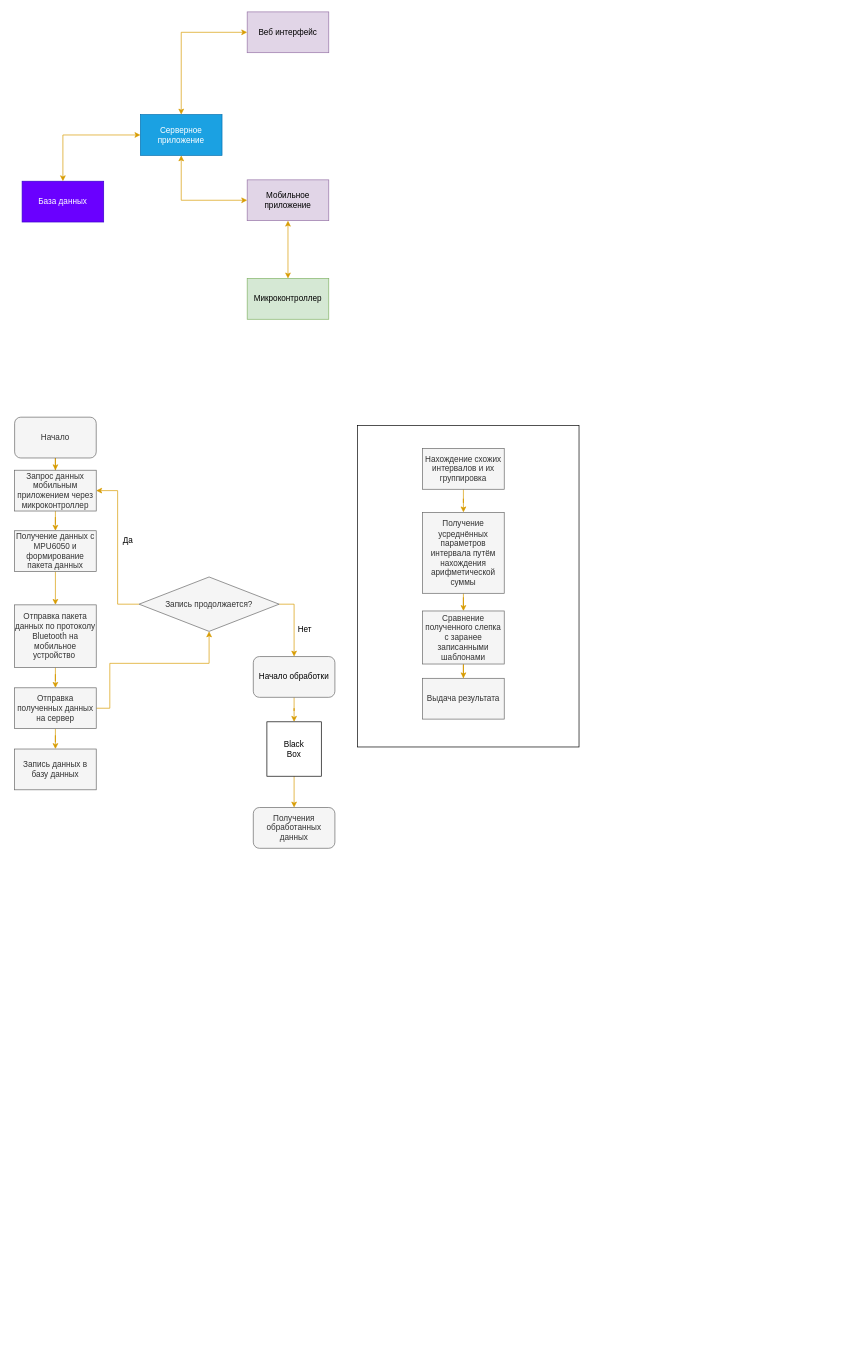
Before: Структурная схема.drawio in XYphrodite/InertialNavigationSchemes, a draw.io diagram. Source tidied: cells renumbered, new cells numbered last; positions are measured from the earlier drawing's top-left corner, leaving out a move shared by most shapes. Both pictures are drawn from the tidied source at 68%, with x=0, y=0 at pixel (14, 12).
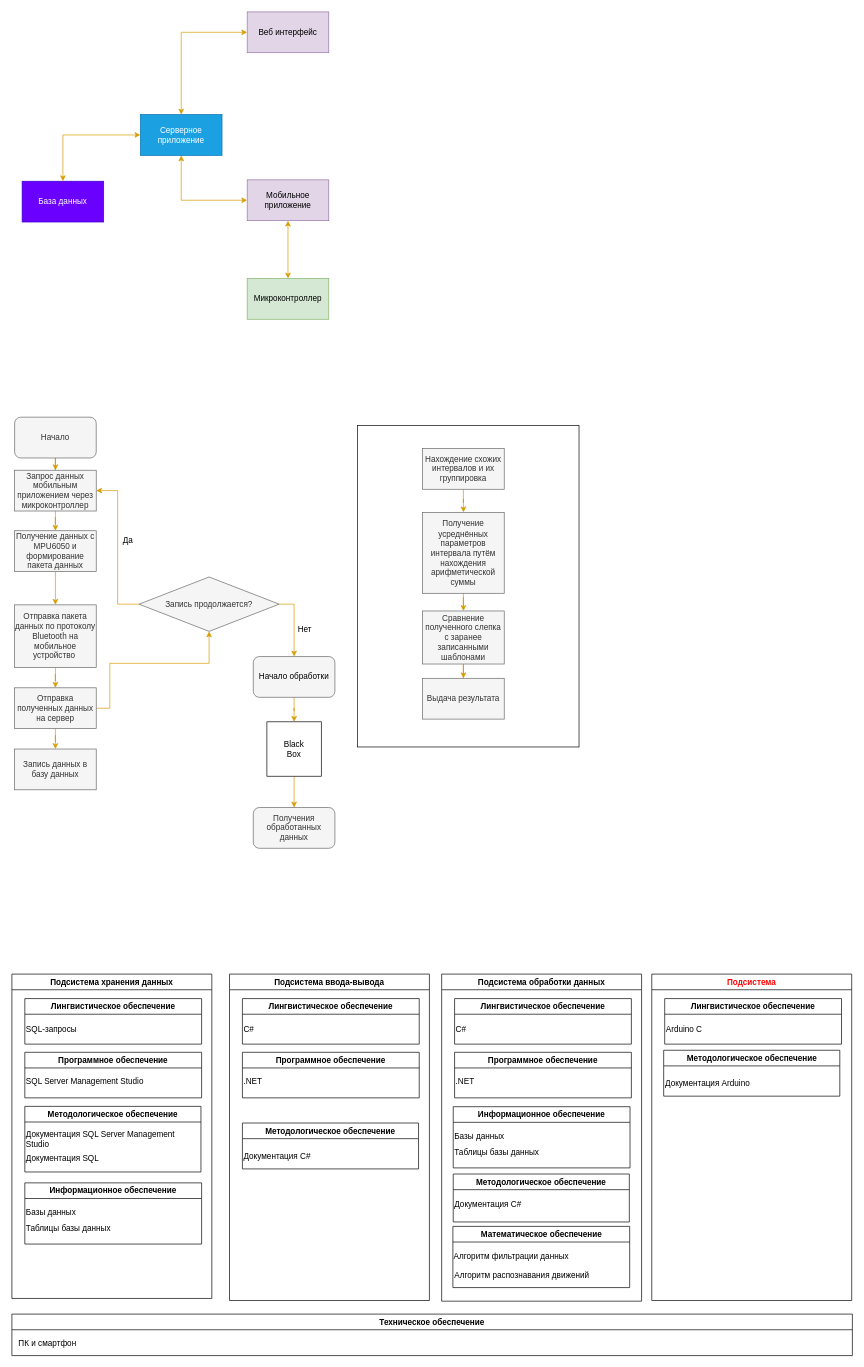
The same diagram, later.

The edit, as a diff of the source:
```diff
@@
+    <mxCell id="41" value="Подсистема хранения данных" style="swimlane;whiteSpace=wrap;html=1;" parent="1" vertex="1">
+      <mxGeometry x="-4" y="1415" width="294" height="477" as="geometry" />
+    </mxCell>
+    <mxCell id="42" value="Лингвистическое обеспечение" style="swimlane;whiteSpace=wrap;html=1;" parent="41" vertex="1">
+      <mxGeometry x="19" y="36" width="260" height="67" as="geometry" />
+    </mxCell>
+    <mxCell id="43" value="SQL-запросы" style="text;html=1;align=left;verticalAlign=middle;strokeColor=none;fillColor=none;" parent="42" vertex="1">
+      <mxGeometry y="33" width="93" height="26" as="geometry" />
+    </mxCell>
+    <mxCell id="44" value="Программное обеспечение" style="swimlane;whiteSpace=wrap;html=1;" parent="41" vertex="1">
+      <mxGeometry x="19" y="115" width="260" height="67" as="geometry" />
+    </mxCell>
+    <mxCell id="45" value="SQL Server Management Studio" style="text;html=1;align=left;verticalAlign=middle;strokeColor=none;fillColor=none;" parent="44" vertex="1">
+      <mxGeometry y="30" width="191" height="26" as="geometry" />
+    </mxCell>
+    <mxCell id="46" value="Методологическое обеспечение" style="swimlane;whiteSpace=wrap;html=1;" parent="41" vertex="1">
+      <mxGeometry x="19" y="194.5" width="259" height="96.5" as="geometry" />
+    </mxCell>
+    <mxCell id="47" value="Документация&amp;nbsp;SQL Server Management &lt;br&gt;Studio" style="text;html=1;align=left;verticalAlign=middle;strokeColor=none;fillColor=none;" parent="46" vertex="1">
+      <mxGeometry y="27.8" width="237" height="41" as="geometry" />
+    </mxCell>
+    <mxCell id="48" value="Документация&amp;nbsp;SQL" style="text;html=1;align=left;verticalAlign=middle;strokeColor=none;fillColor=none;" parent="46" vertex="1">
+      <mxGeometry y="64.5" width="125" height="26" as="geometry" />
+    </mxCell>
+    <mxCell id="49" value="Информационное обеспечение" style="swimlane;whiteSpace=wrap;html=1;" parent="41" vertex="1">
+      <mxGeometry x="19" y="307" width="260" height="90" as="geometry" />
+    </mxCell>
+    <mxCell id="50" value="Базы данных" style="text;html=1;align=left;verticalAlign=middle;strokeColor=none;fillColor=none;" parent="49" vertex="1">
+      <mxGeometry x="-0.5" y="31" width="91" height="26" as="geometry" />
+    </mxCell>
+    <mxCell id="51" value="Таблицы базы данных" style="text;html=1;strokeColor=none;fillColor=none;align=left;verticalAlign=middle;whiteSpace=wrap;rounded=0;" parent="49" vertex="1">
+      <mxGeometry x="-0.5" y="53" width="179.5" height="30" as="geometry" />
+    </mxCell>
+    <mxCell id="52" value="Подсистема ввода-вывода" style="swimlane;whiteSpace=wrap;html=1;" parent="1" vertex="1">
+      <mxGeometry x="316" y="1415" width="294" height="480" as="geometry" />
+    </mxCell>
+    <mxCell id="53" value="Лингвистическое обеспечение" style="swimlane;whiteSpace=wrap;html=1;" parent="52" vertex="1">
+      <mxGeometry x="19" y="36" width="260" height="67" as="geometry" />
+    </mxCell>
+    <mxCell id="54" value="С#" style="text;html=1;align=left;verticalAlign=middle;strokeColor=none;fillColor=none;" parent="53" vertex="1">
+      <mxGeometry y="33" width="33" height="26" as="geometry" />
+    </mxCell>
+    <mxCell id="55" value="Программное обеспечение" style="swimlane;whiteSpace=wrap;html=1;" parent="52" vertex="1">
+      <mxGeometry x="19" y="115" width="260" height="67" as="geometry" />
+    </mxCell>
+    <mxCell id="56" value=".NET" style="text;html=1;align=left;verticalAlign=middle;strokeColor=none;fillColor=none;" parent="55" vertex="1">
+      <mxGeometry y="30" width="45" height="26" as="geometry" />
+    </mxCell>
+    <mxCell id="57" value="Методологическое обеспечение" style="swimlane;whiteSpace=wrap;html=1;" parent="52" vertex="1">
+      <mxGeometry x="19" y="219" width="259" height="67.5" as="geometry" />
+    </mxCell>
+    <mxCell id="58" value="Документация C#" style="text;html=1;align=left;verticalAlign=middle;strokeColor=none;fillColor=none;" parent="57" vertex="1">
+      <mxGeometry y="35.8" width="117" height="26" as="geometry" />
+    </mxCell>
+    <mxCell id="59" value="Подсистема обработки данных" style="swimlane;whiteSpace=wrap;html=1;" parent="1" vertex="1">
+      <mxGeometry x="628" y="1415" width="294" height="481" as="geometry" />
+    </mxCell>
+    <mxCell id="60" value="Лингвистическое обеспечение" style="swimlane;whiteSpace=wrap;html=1;" parent="59" vertex="1">
+      <mxGeometry x="19" y="36" width="260" height="67" as="geometry" />
+    </mxCell>
+    <mxCell id="61" value="С#" style="text;html=1;align=left;verticalAlign=middle;strokeColor=none;fillColor=none;" parent="60" vertex="1">
+      <mxGeometry y="33" width="33" height="26" as="geometry" />
+    </mxCell>
+    <mxCell id="62" value="Программное обеспечение" style="swimlane;whiteSpace=wrap;html=1;" parent="59" vertex="1">
+      <mxGeometry x="19" y="115" width="260" height="67" as="geometry" />
+    </mxCell>
+    <mxCell id="63" value=".NET" style="text;html=1;align=left;verticalAlign=middle;strokeColor=none;fillColor=none;" parent="62" vertex="1">
+      <mxGeometry y="30" width="45" height="26" as="geometry" />
+    </mxCell>
+    <mxCell id="64" value="Методологическое обеспечение" style="swimlane;whiteSpace=wrap;html=1;" parent="59" vertex="1">
+      <mxGeometry x="17" y="294" width="259" height="70.5" as="geometry" />
+    </mxCell>
+    <mxCell id="65" value="Документация C#" style="text;html=1;align=left;verticalAlign=middle;strokeColor=none;fillColor=none;" parent="64" vertex="1">
+      <mxGeometry x="-0.5" y="31.5" width="117" height="26" as="geometry" />
+    </mxCell>
+    <mxCell id="66" value="Математическое обеспечение" style="swimlane;whiteSpace=wrap;html=1;" parent="59" vertex="1">
+      <mxGeometry x="16.5" y="371" width="260" height="90" as="geometry" />
+    </mxCell>
+    <mxCell id="67" value="Алгоритм фильтрации данных" style="text;html=1;align=left;verticalAlign=middle;strokeColor=none;fillColor=none;" parent="66" vertex="1">
+      <mxGeometry x="-0.5" y="31" width="187" height="26" as="geometry" />
+    </mxCell>
+    <mxCell id="68" value="Алгоритм распознавания движений" style="text;html=1;align=left;verticalAlign=middle;strokeColor=none;fillColor=none;" parent="66" vertex="1">
+      <mxGeometry y="59" width="216" height="26" as="geometry" />
+    </mxCell>
+    <mxCell id="69" value="Информационное обеспечение" style="swimlane;whiteSpace=wrap;html=1;" parent="59" vertex="1">
+      <mxGeometry x="17" y="195" width="260" height="90" as="geometry" />
+    </mxCell>
+    <mxCell id="70" value="Базы данных" style="text;html=1;align=left;verticalAlign=middle;strokeColor=none;fillColor=none;" parent="69" vertex="1">
+      <mxGeometry x="-0.5" y="31" width="91" height="26" as="geometry" />
+    </mxCell>
+    <mxCell id="71" value="Таблицы базы данных" style="text;html=1;strokeColor=none;fillColor=none;align=left;verticalAlign=middle;whiteSpace=wrap;rounded=0;" parent="69" vertex="1">
+      <mxGeometry x="-0.5" y="53" width="179.5" height="30" as="geometry" />
+    </mxCell>
+    <mxCell id="72" value="Техническое обеспечение" style="swimlane;whiteSpace=wrap;html=1;" parent="1" vertex="1">
+      <mxGeometry x="-4" y="1915" width="1236" height="61" as="geometry" />
+    </mxCell>
+    <mxCell id="73" value="ПК и смартфон" style="text;html=1;align=center;verticalAlign=middle;strokeColor=none;fillColor=none;" parent="72" vertex="1">
+      <mxGeometry y="30" width="103" height="26" as="geometry" />
+    </mxCell>
+    <mxCell id="74" value="&lt;font color=&quot;#ff0000&quot;&gt;Подсистема&lt;/font&gt;" style="swimlane;whiteSpace=wrap;html=1;" parent="1" vertex="1">
+      <mxGeometry x="937" y="1415" width="294" height="480" as="geometry" />
+    </mxCell>
+    <mxCell id="75" value="Лингвистическое обеспечение" style="swimlane;whiteSpace=wrap;html=1;" parent="74" vertex="1">
+      <mxGeometry x="19" y="36" width="260" height="67" as="geometry" />
+    </mxCell>
+    <mxCell id="76" value="Arduino C" style="text;html=1;align=left;verticalAlign=middle;strokeColor=none;fillColor=none;" parent="75" vertex="1">
+      <mxGeometry y="33" width="71" height="26" as="geometry" />
+    </mxCell>
+    <mxCell id="77" value="Методологическое обеспечение" style="swimlane;whiteSpace=wrap;html=1;" parent="74" vertex="1">
+      <mxGeometry x="17.5" y="112" width="259" height="67.5" as="geometry" />
+    </mxCell>
+    <mxCell id="78" value="Документация Arduino" style="text;html=1;align=left;verticalAlign=middle;strokeColor=none;fillColor=none;" parent="77" vertex="1">
+      <mxGeometry y="35.8" width="143" height="26" as="geometry" />
+    </mxCell>
```
